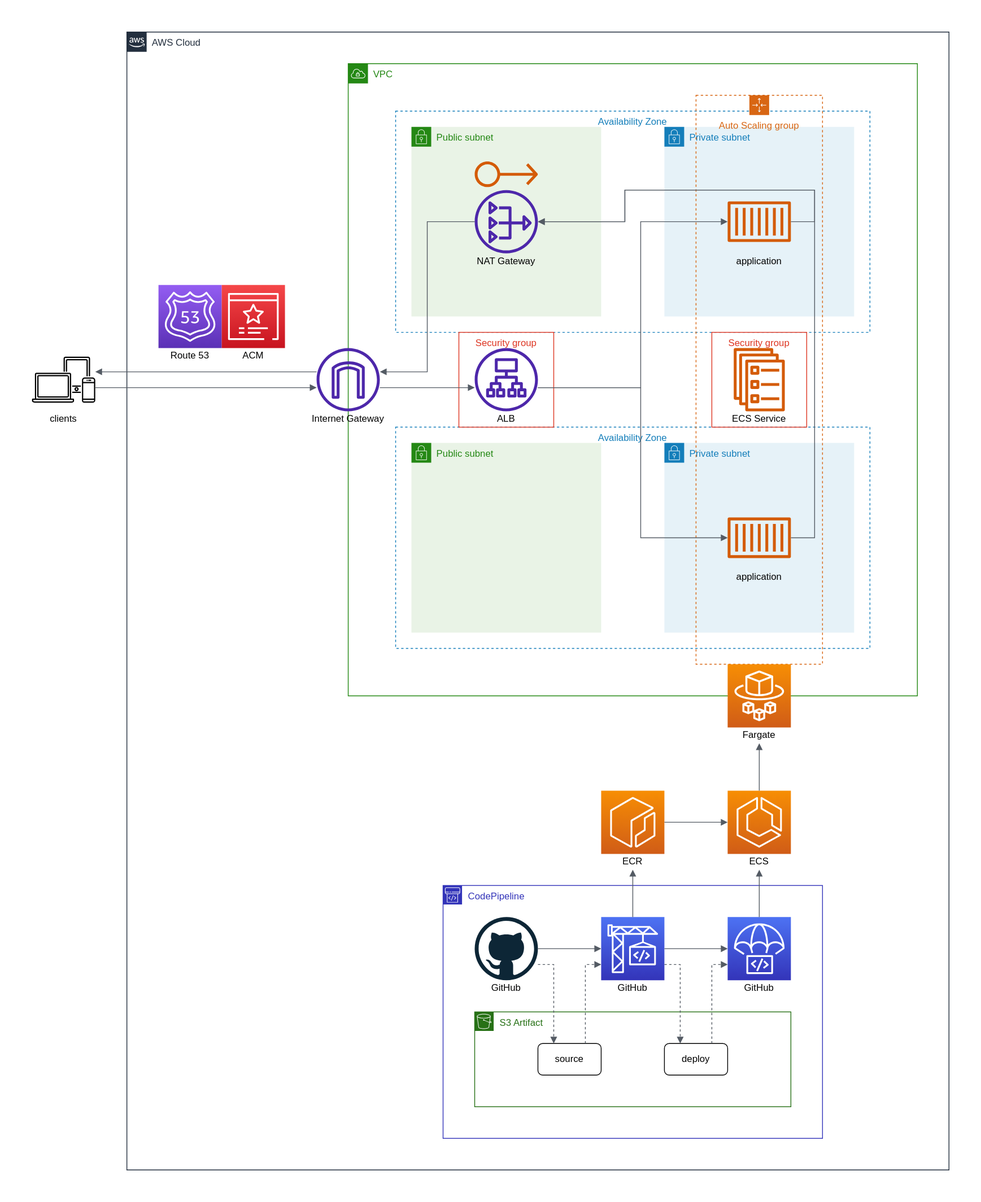
This is docs/images/architecture.drawio.svg from Aton-Kish/ecs-blue-green-deployment, a draw.io export, as it was before one commit. Source tidied: cells renumbered, new cells last; positions are measured from the earlier drawing's top-left corner, leaving out a move shared by most shapes.
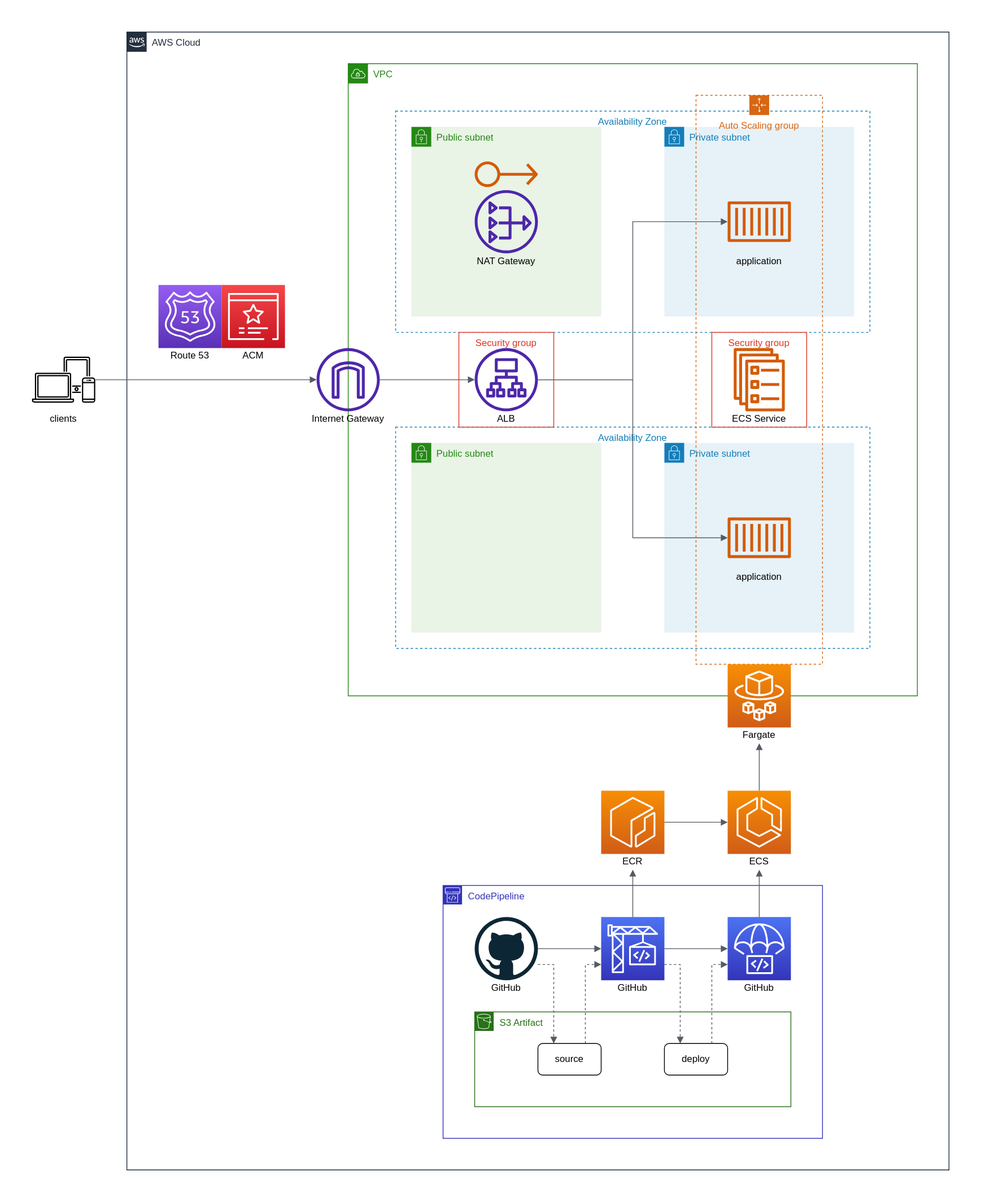
The same file after the commit.

Commit message:
fixed architecture diagram (#3)

Diff of the diagram source:
```diff
@@ -152,71 +152,35 @@
     <mxCell id="51" style="edgeStyle=orthogonalEdgeStyle;html=1;endArrow=block;elbow=vertical;startArrow=none;endFill=1;strokeColor=#545B64;rounded=0;fontSize=12;fontColor=#000000;" parent="1" edge="1" source="49" target="17">
       <mxGeometry relative="1" as="geometry">
         <Array as="points">
-          <mxPoint x="260" y="490" />
-          <mxPoint x="260" y="490" />
+          <mxPoint x="270" y="480" />
+          <mxPoint x="270" y="480" />
         </Array>
       </mxGeometry>
     </mxCell>
     <mxCell id="52" style="edgeStyle=orthogonalEdgeStyle;html=1;endArrow=block;elbow=vertical;startArrow=none;endFill=1;strokeColor=#545B64;rounded=0;fontSize=12;fontColor=#000000;" parent="1" edge="1" source="17" target="25">
       <mxGeometry relative="1" as="geometry">
         <Array as="points">
-          <mxPoint x="540" y="490" />
-          <mxPoint x="540" y="490" />
+          <mxPoint x="540" y="480" />
+          <mxPoint x="540" y="480" />
         </Array>
       </mxGeometry>
     </mxCell>
     <mxCell id="53" style="edgeStyle=orthogonalEdgeStyle;html=1;endArrow=block;elbow=vertical;startArrow=none;endFill=1;strokeColor=#545B64;rounded=0;fontSize=12;fontColor=#000000;" parent="1" edge="1" source="25" target="10">
       <mxGeometry relative="1" as="geometry">
         <Array as="points">
-          <mxPoint x="810" y="490" />
-          <mxPoint x="810" y="280" />
+          <mxPoint x="800" y="480" />
+          <mxPoint x="800" y="280" />
         </Array>
       </mxGeometry>
     </mxCell>
     <mxCell id="54" style="edgeStyle=orthogonalEdgeStyle;html=1;endArrow=block;elbow=vertical;startArrow=none;endFill=1;strokeColor=#545B64;rounded=0;fontSize=12;fontColor=#000000;" parent="1" edge="1" source="25" target="11">
       <mxGeometry relative="1" as="geometry">
         <Array as="points">
-          <mxPoint x="810" y="490" />
-          <mxPoint x="810" y="680" />
+          <mxPoint x="800" y="480" />
+          <mxPoint x="800" y="680" />
         </Array>
       </mxGeometry>
     </mxCell>
-    <mxCell id="55" style="edgeStyle=orthogonalEdgeStyle;html=1;endArrow=block;elbow=vertical;startArrow=none;endFill=1;strokeColor=#545B64;rounded=0;fontSize=12;fontColor=#000000;" parent="1" edge="1" source="10" target="20">
-      <mxGeometry relative="1" as="geometry">
-        <Array as="points">
-          <mxPoint x="1030" y="280" />
-          <mxPoint x="1030" y="240" />
-          <mxPoint x="790" y="240" />
-          <mxPoint x="790" y="280" />
-        </Array>
-      </mxGeometry>
-    </mxCell>
-    <mxCell id="56" style="edgeStyle=orthogonalEdgeStyle;html=1;endArrow=block;elbow=vertical;startArrow=none;endFill=1;strokeColor=#545B64;rounded=0;fontSize=12;fontColor=#000000;" parent="1" edge="1" source="11" target="20">
-      <mxGeometry relative="1" as="geometry">
-        <Array as="points">
-          <mxPoint x="1030" y="680" />
-          <mxPoint x="1030" y="240" />
-          <mxPoint x="790" y="240" />
-          <mxPoint x="790" y="280" />
-        </Array>
-      </mxGeometry>
-    </mxCell>
-    <mxCell id="57" style="edgeStyle=orthogonalEdgeStyle;html=1;endArrow=block;elbow=vertical;startArrow=none;endFill=1;strokeColor=#545B64;rounded=0;fontSize=12;fontColor=#000000;" parent="1" edge="1" source="20" target="17">
-      <mxGeometry relative="1" as="geometry">
-        <Array as="points">
-          <mxPoint x="540" y="280" />
-          <mxPoint x="540" y="470" />
-        </Array>
-      </mxGeometry>
-    </mxCell>
-    <mxCell id="58" style="edgeStyle=orthogonalEdgeStyle;html=1;endArrow=block;elbow=vertical;startArrow=none;endFill=1;strokeColor=#545B64;rounded=0;fontSize=12;fontColor=#000000;" parent="1" edge="1" source="17" target="49">
-      <mxGeometry relative="1" as="geometry">
-        <Array as="points">
-          <mxPoint x="260" y="470" />
-          <mxPoint x="260" y="470" />
-        </Array>
-      </mxGeometry>
-    </mxCell>
     <mxCell id="59" style="edgeStyle=orthogonalEdgeStyle;html=1;endArrow=block;elbow=vertical;startArrow=none;endFill=1;strokeColor=#545B64;rounded=0;fontSize=12;fontColor=#000000;entryX=0;entryY=0.5;entryDx=0;entryDy=0;entryPerimeter=0;" parent="1" edge="1" source="37" target="35">
       <mxGeometry relative="1" as="geometry">
         <Array as="points">
```
